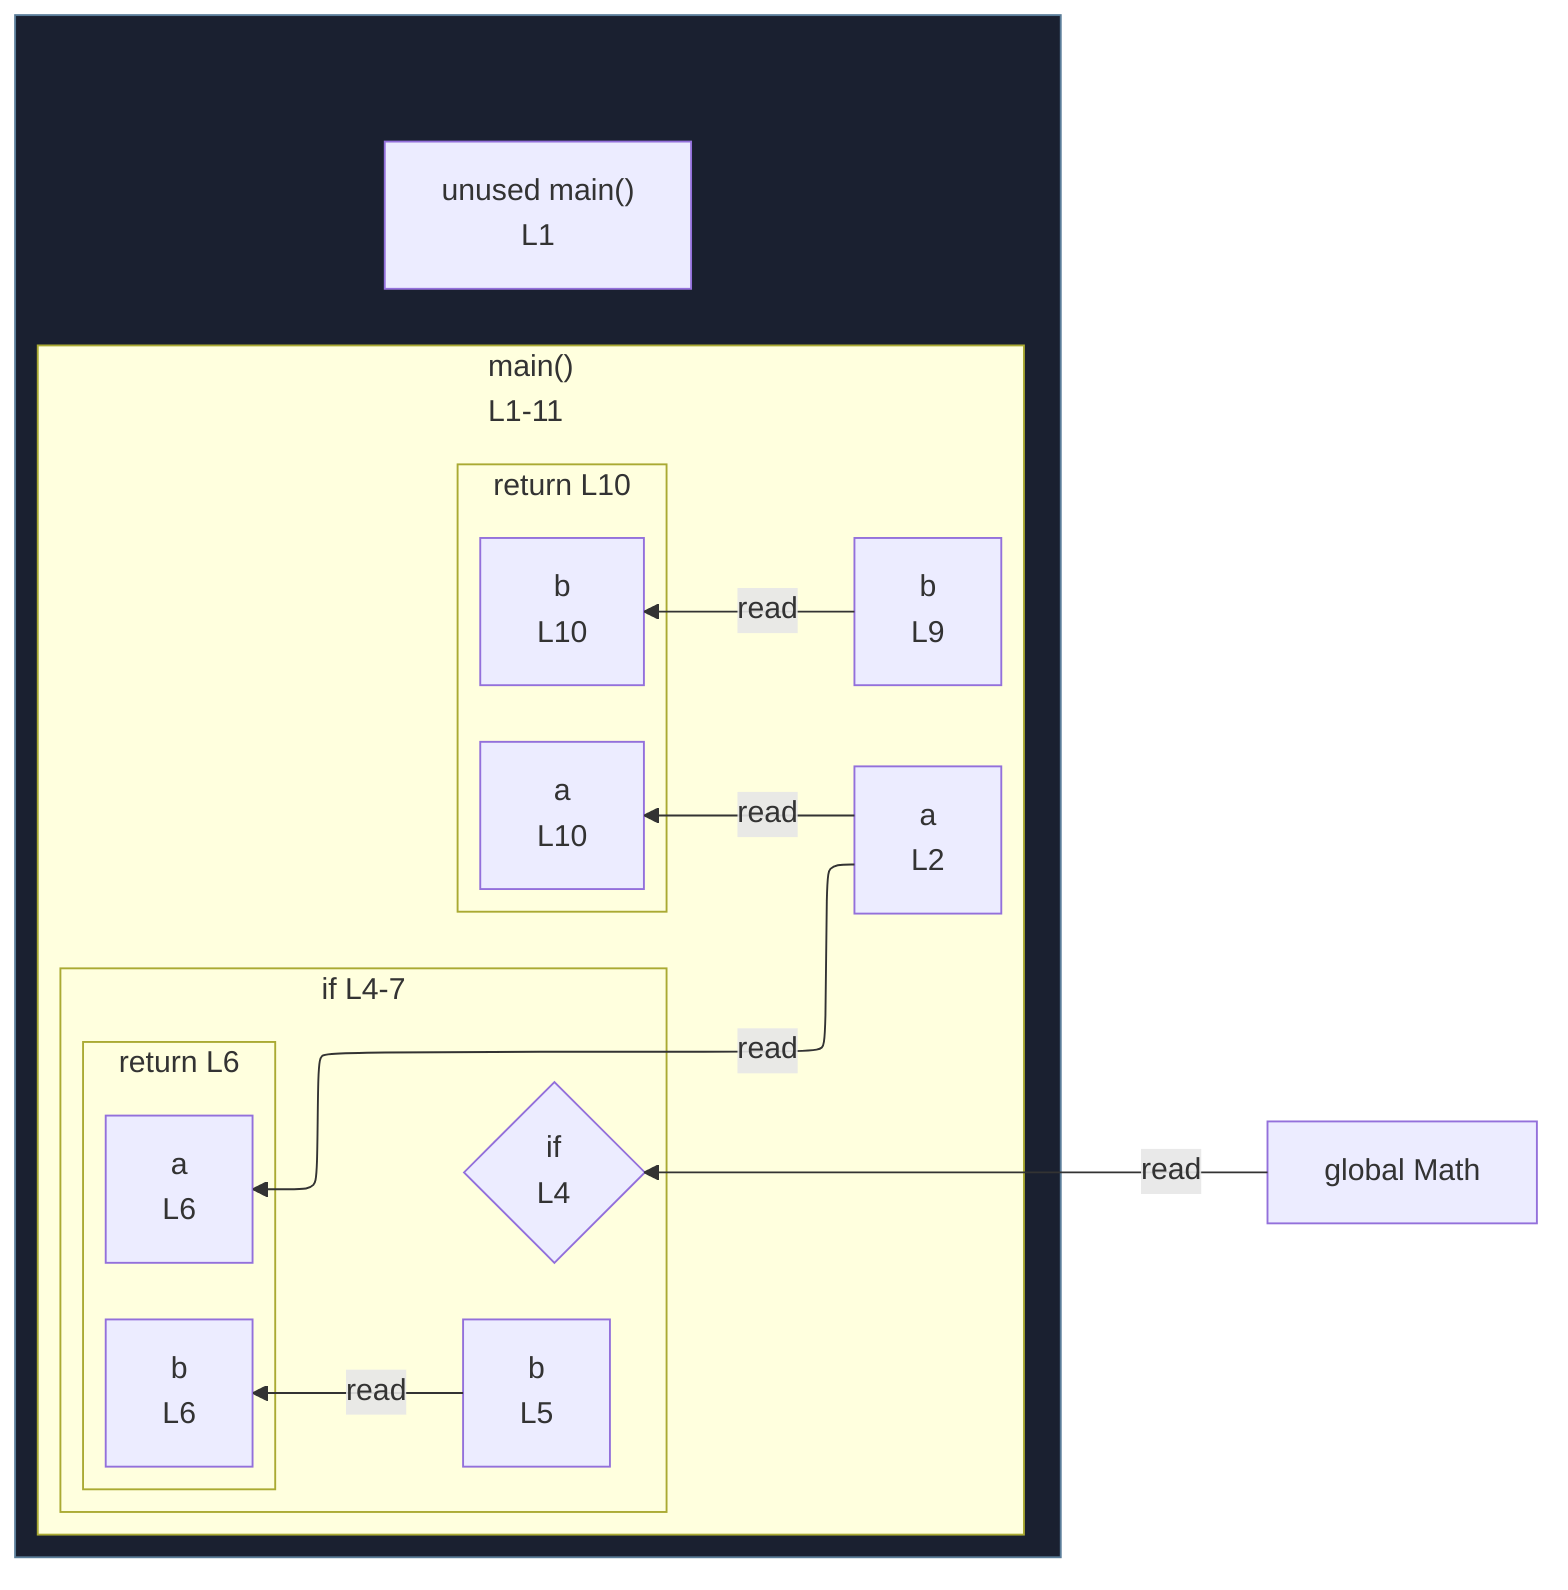
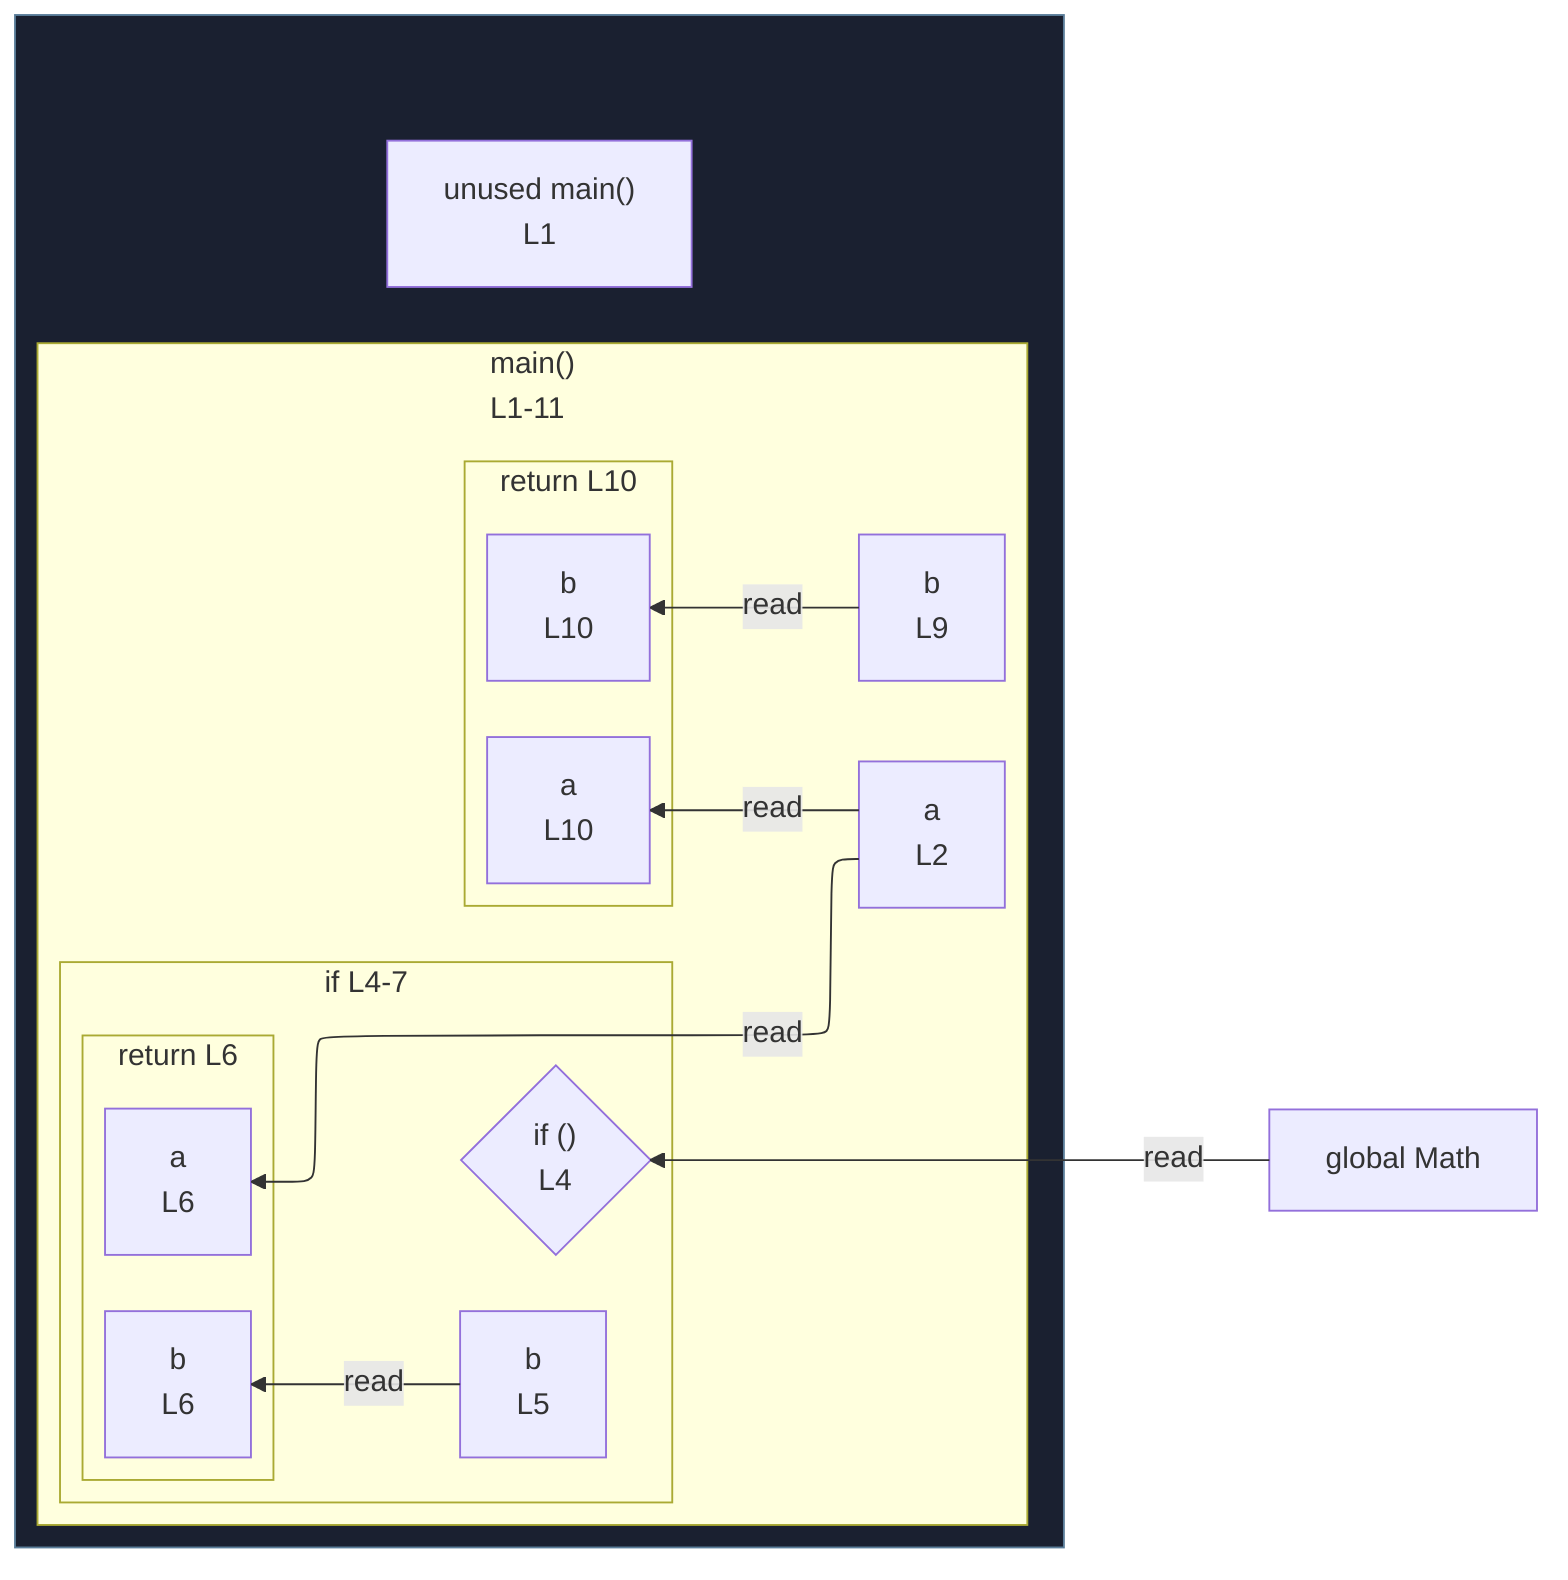
%%{init: {"flowchart": {"defaultRenderer": "elk"}}}%%
flowchart RL
  n_scope_0_Math_42["global Math"]
  subgraph wrap_s_scope_1[" "]
    direction TB
    n_scope_0_main_9["unused main()<br/>L1"]
    subgraph s_scope_1["main()<br/>L1-11"]
      direction RL
      n_scope_1_a_26["a<br/>L2"]
      n_scope_1_b_119["b<br/>L9"]
      subgraph s_scope_2["if L4-7"]
        direction RL
-         if_test_scope_1_38{"if<br/>L4"}
+         if_test_scope_1_38{"if ()<br/>L4"}
        n_scope_2_b_75["b<br/>L5"]
        subgraph s_return_scope_0_main_9_89_105["return L6"]
          direction RL
          ret_use_ref_1["a<br/>L6"]
          ret_use_ref_2["b<br/>L6"]
        end
      end
      subgraph s_return_scope_0_main_9_131_147["return L10"]
        direction RL
        ret_use_ref_3["a<br/>L10"]
        ret_use_ref_4["b<br/>L10"]
      end
    end
  end
  n_scope_0_Math_42 -->|read| if_test_scope_1_38
  n_scope_1_a_26 -->|read| ret_use_ref_1
  n_scope_2_b_75 -->|read| ret_use_ref_2
  n_scope_1_a_26 -->|read| ret_use_ref_3
  n_scope_1_b_119 -->|read| ret_use_ref_4
  classDef fnWrap fill:#1a2030,stroke:#5a7d99;
  class wrap_s_scope_1 fnWrap;
